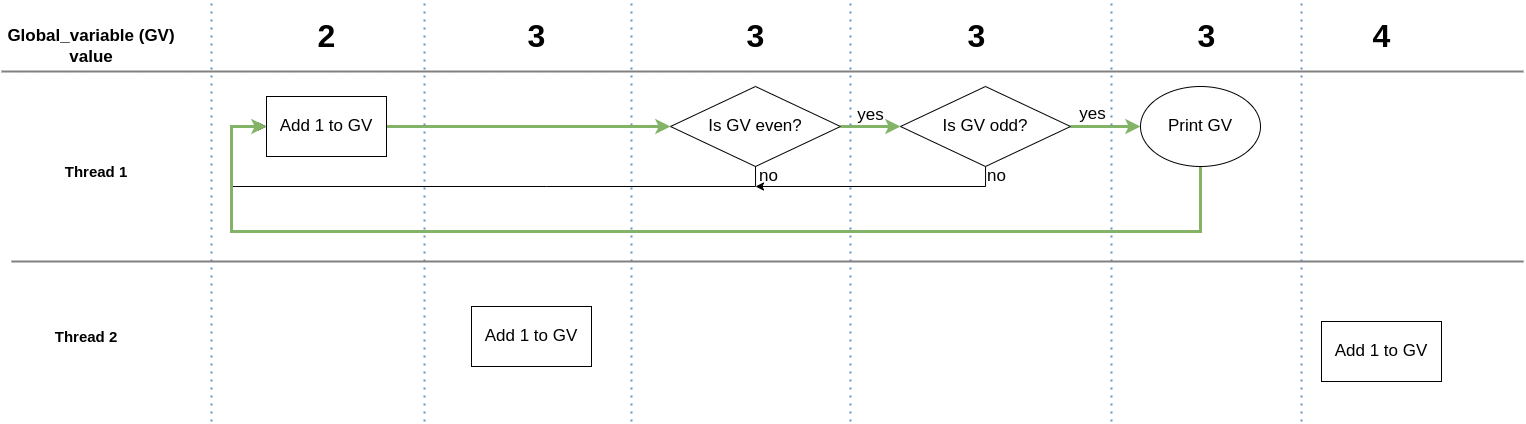
Above: Images/raceCondition.png in ConnorPerrin/Threads (draw.io), before the change. Source tidied: cells renumbered, new cells last; positions are measured from the earlier drawing's top-left corner, leaving out a move shared by most shapes. Its diagram source:
```xml
<mxGraphModel>
  <root>
    <mxCell id="0" />
    <mxCell id="1" parent="0" />
    <mxCell id="2" value="&lt;font style=&quot;font-size: 15px&quot;&gt;&lt;b&gt;Thread 1&lt;/b&gt;&lt;/font&gt;" style="text;html=1;strokeColor=none;fillColor=none;align=center;verticalAlign=middle;whiteSpace=wrap;rounded=0;" parent="1" vertex="1">
      <mxGeometry x="50" y="155" width="90" height="30" as="geometry" />
    </mxCell>
    <mxCell id="3" value="&lt;font style=&quot;font-size: 15px&quot;&gt;&lt;b&gt;Thread 2&lt;/b&gt;&lt;/font&gt;" style="text;html=1;strokeColor=none;fillColor=none;align=center;verticalAlign=middle;whiteSpace=wrap;rounded=0;" parent="1" vertex="1">
      <mxGeometry x="40" y="320" width="90" height="30" as="geometry" />
    </mxCell>
    <mxCell id="4" value="&lt;b&gt;&lt;font style=&quot;font-size: 17px&quot;&gt;Global_variable (GV) value&lt;/font&gt;&lt;/b&gt;" style="text;html=1;strokeColor=none;fillColor=none;align=center;verticalAlign=middle;whiteSpace=wrap;rounded=0;fontSize=15;" parent="1" vertex="1">
      <mxGeometry y="30" width="180" height="30" as="geometry" />
    </mxCell>
    <mxCell id="5" style="edgeStyle=orthogonalEdgeStyle;rounded=0;jettySize=auto;html=1;fontSize=17;fillColor=#d5e8d4;strokeColor=#82b366;strokeWidth=3;" parent="1" edge="1" source="6" target="9">
      <mxGeometry relative="1" as="geometry" />
    </mxCell>
    <mxCell id="6" value="Is GV even?" style="rhombus;whiteSpace=wrap;html=1;fontSize=17;" parent="1" vertex="1">
      <mxGeometry x="669" y="85" width="170" height="80" as="geometry" />
    </mxCell>
    <mxCell id="7" style="edgeStyle=orthogonalEdgeStyle;rounded=0;jettySize=auto;html=1;fontSize=17;" parent="1" edge="1" source="9">
      <mxGeometry relative="1" as="geometry">
        <mxPoint x="754" y="185" as="targetPoint" />
        <Array as="points">
          <mxPoint x="984" y="185" />
        </Array>
      </mxGeometry>
    </mxCell>
    <mxCell id="8" style="edgeStyle=orthogonalEdgeStyle;rounded=0;jettySize=auto;html=1;fontSize=17;strokeWidth=3;fillColor=#d5e8d4;strokeColor=#82b366;" parent="1" edge="1" source="9" target="15">
      <mxGeometry relative="1" as="geometry" />
    </mxCell>
    <mxCell id="9" value="Is GV odd?" style="rhombus;whiteSpace=wrap;html=1;fontSize=17;" parent="1" vertex="1">
      <mxGeometry x="899" y="85" width="170" height="80" as="geometry" />
    </mxCell>
    <mxCell id="10" value="yes" style="text;html=1;align=center;verticalAlign=middle;strokeColor=none;fillColor=none;fontSize=17;" parent="1" vertex="1">
      <mxGeometry x="849" y="99" width="40" height="30" as="geometry" />
    </mxCell>
    <mxCell id="11" style="edgeStyle=orthogonalEdgeStyle;rounded=0;jettySize=auto;html=1;fontSize=17;exitX=0.5;exitY=1;exitDx=0;exitDy=0;entryX=0;entryY=0.5;entryDx=0;entryDy=0;" parent="1" edge="1" source="6" target="19">
      <mxGeometry relative="1" as="geometry">
        <Array as="points">
          <mxPoint x="545" y="185" />
          <mxPoint x="230" y="185" />
          <mxPoint x="230" y="125" />
          <mxPoint x="265" y="125" />
        </Array>
      </mxGeometry>
    </mxCell>
    <mxCell id="12" value="no" style="text;html=1;align=center;verticalAlign=middle;strokeColor=none;fillColor=none;fontSize=17;" parent="1" vertex="1">
      <mxGeometry x="980" y="160" width="30" height="30" as="geometry" />
    </mxCell>
    <mxCell id="13" value="no" style="text;html=1;align=center;verticalAlign=middle;strokeColor=none;fillColor=none;fontSize=17;" parent="1" vertex="1">
      <mxGeometry x="752" y="160" width="30" height="30" as="geometry" />
    </mxCell>
    <mxCell id="14" style="edgeStyle=orthogonalEdgeStyle;rounded=0;jettySize=auto;html=1;fontSize=17;fillColor=#d5e8d4;strokeColor=#82b366;strokeWidth=3;entryX=0;entryY=0.5;entryDx=0;entryDy=0;exitX=0.5;exitY=1;exitDx=0;exitDy=0;" parent="1" edge="1" source="15" target="19">
      <mxGeometry relative="1" as="geometry">
        <Array as="points">
          <mxPoint x="1199" y="230" />
          <mxPoint x="230" y="230" />
          <mxPoint x="230" y="125" />
        </Array>
      </mxGeometry>
    </mxCell>
    <mxCell id="15" value="Print GV" style="ellipse;whiteSpace=wrap;html=1;fontSize=17;" parent="1" vertex="1">
      <mxGeometry x="1139" y="85" width="120" height="80" as="geometry" />
    </mxCell>
    <mxCell id="16" style="endArrow=none;dashed=1;html=1;dashPattern=1 3;strokeWidth=2;rounded=0;fontSize=17;fillColor=#dae8fc;strokeColor=#6c8ebf;" parent="1" edge="1">
      <mxGeometry relative="1" as="geometry">
        <mxPoint x="630" y="420" as="sourcePoint" />
        <mxPoint x="630" as="targetPoint" />
      </mxGeometry>
    </mxCell>
    <mxCell id="17" style="endArrow=none;dashed=1;html=1;dashPattern=1 3;strokeWidth=2;rounded=0;fontSize=17;fillColor=#dae8fc;strokeColor=#6c8ebf;" parent="1" edge="1">
      <mxGeometry relative="1" as="geometry">
        <mxPoint x="849" y="420" as="sourcePoint" />
        <mxPoint x="849" as="targetPoint" />
      </mxGeometry>
    </mxCell>
    <mxCell id="18" style="edgeStyle=orthogonalEdgeStyle;rounded=0;jettySize=auto;html=1;entryX=0;entryY=0.5;entryDx=0;entryDy=0;fontSize=17;fillColor=#d5e8d4;strokeColor=#82b366;strokeWidth=3;" parent="1" edge="1" source="19" target="6">
      <mxGeometry relative="1" as="geometry" />
    </mxCell>
    <mxCell id="19" value="Add 1 to GV" style="rounded=0;whiteSpace=wrap;html=1;fontSize=17;" parent="1" vertex="1">
      <mxGeometry x="265" y="95" width="120" height="60" as="geometry" />
    </mxCell>
    <mxCell id="20" style="endArrow=none;dashed=1;html=1;dashPattern=1 3;strokeWidth=2;rounded=0;fontSize=17;fillColor=#dae8fc;strokeColor=#6c8ebf;" parent="1" edge="1">
      <mxGeometry relative="1" as="geometry">
        <mxPoint x="423" y="420" as="sourcePoint" />
        <mxPoint x="423" as="targetPoint" />
      </mxGeometry>
    </mxCell>
    <mxCell id="21" value="Add 1 to GV" style="rounded=0;whiteSpace=wrap;html=1;fontSize=17;" parent="1" vertex="1">
      <mxGeometry x="470" y="305" width="120" height="60" as="geometry" />
    </mxCell>
    <mxCell id="22" style="endArrow=none;dashed=1;html=1;dashPattern=1 3;strokeWidth=2;rounded=0;fontSize=17;fillColor=#dae8fc;strokeColor=#6c8ebf;" parent="1" edge="1">
      <mxGeometry relative="1" as="geometry">
        <mxPoint x="210" y="420" as="sourcePoint" />
        <mxPoint x="210" as="targetPoint" />
      </mxGeometry>
    </mxCell>
    <mxCell id="23" value="Add 1 to GV" style="rounded=0;whiteSpace=wrap;html=1;fontSize=17;" parent="1" vertex="1">
      <mxGeometry x="1320" y="320" width="120" height="60" as="geometry" />
    </mxCell>
    <mxCell id="24" value="2" style="text;html=1;align=center;verticalAlign=middle;strokeColor=none;fillColor=none;fontSize=32;fontStyle=1;" parent="1" vertex="1">
      <mxGeometry x="310" y="15" width="30" height="40" as="geometry" />
    </mxCell>
    <mxCell id="25" value="3" style="text;html=1;align=center;verticalAlign=middle;strokeColor=none;fillColor=none;fontSize=32;fontStyle=1;" parent="1" vertex="1">
      <mxGeometry x="520" y="15" width="30" height="40" as="geometry" />
    </mxCell>
    <mxCell id="26" value="3" style="text;html=1;align=center;verticalAlign=middle;strokeColor=none;fillColor=none;fontSize=32;fontStyle=1;" parent="1" vertex="1">
      <mxGeometry x="739" y="15" width="30" height="40" as="geometry" />
    </mxCell>
    <mxCell id="27" style="endArrow=none;dashed=1;html=1;dashPattern=1 3;strokeWidth=2;rounded=0;fontSize=17;fillColor=#dae8fc;strokeColor=#6c8ebf;" parent="1" edge="1">
      <mxGeometry relative="1" as="geometry">
        <mxPoint x="1110" y="420" as="sourcePoint" />
        <mxPoint x="1110" as="targetPoint" />
      </mxGeometry>
    </mxCell>
    <mxCell id="28" value="3" style="text;html=1;align=center;verticalAlign=middle;strokeColor=none;fillColor=none;fontSize=32;fontStyle=1;" parent="1" vertex="1">
      <mxGeometry x="960" y="15" width="30" height="40" as="geometry" />
    </mxCell>
    <mxCell id="29" style="endArrow=none;html=1;strokeWidth=2;rounded=0;fontSize=32;fillColor=#f8cecc;strokeColor=#808080;" parent="1" edge="1">
      <mxGeometry relative="1" as="geometry">
        <mxPoint x="10" y="260" as="sourcePoint" />
        <mxPoint x="1522" y="260" as="targetPoint" />
      </mxGeometry>
    </mxCell>
    <mxCell id="30" style="endArrow=none;html=1;strokeWidth=2;rounded=0;fontSize=32;fillColor=#f8cecc;strokeColor=#808080;" parent="1" edge="1">
      <mxGeometry relative="1" as="geometry">
        <mxPoint y="70" as="sourcePoint" />
        <mxPoint x="1522" y="70" as="targetPoint" />
      </mxGeometry>
    </mxCell>
    <mxCell id="31" value="yes" style="text;html=1;align=center;verticalAlign=middle;strokeColor=none;fillColor=none;fontSize=17;" parent="1" vertex="1">
      <mxGeometry x="1071" y="98" width="40" height="30" as="geometry" />
    </mxCell>
    <mxCell id="32" value="3" style="text;html=1;align=center;verticalAlign=middle;strokeColor=none;fillColor=none;fontSize=32;fontStyle=1;" parent="1" vertex="1">
      <mxGeometry x="1190" y="15" width="30" height="40" as="geometry" />
    </mxCell>
    <mxCell id="33" value="4" style="text;html=1;align=center;verticalAlign=middle;strokeColor=none;fillColor=none;fontSize=32;fontStyle=1;" parent="1" vertex="1">
      <mxGeometry x="1365" y="15" width="30" height="40" as="geometry" />
    </mxCell>
    <mxCell id="34" style="endArrow=none;dashed=1;html=1;dashPattern=1 3;strokeWidth=2;rounded=0;fontSize=17;fillColor=#dae8fc;strokeColor=#6c8ebf;" parent="1" edge="1">
      <mxGeometry relative="1" as="geometry">
        <mxPoint x="1300" y="420" as="sourcePoint" />
        <mxPoint x="1300" as="targetPoint" />
      </mxGeometry>
    </mxCell>
  </root>
</mxGraphModel>
```
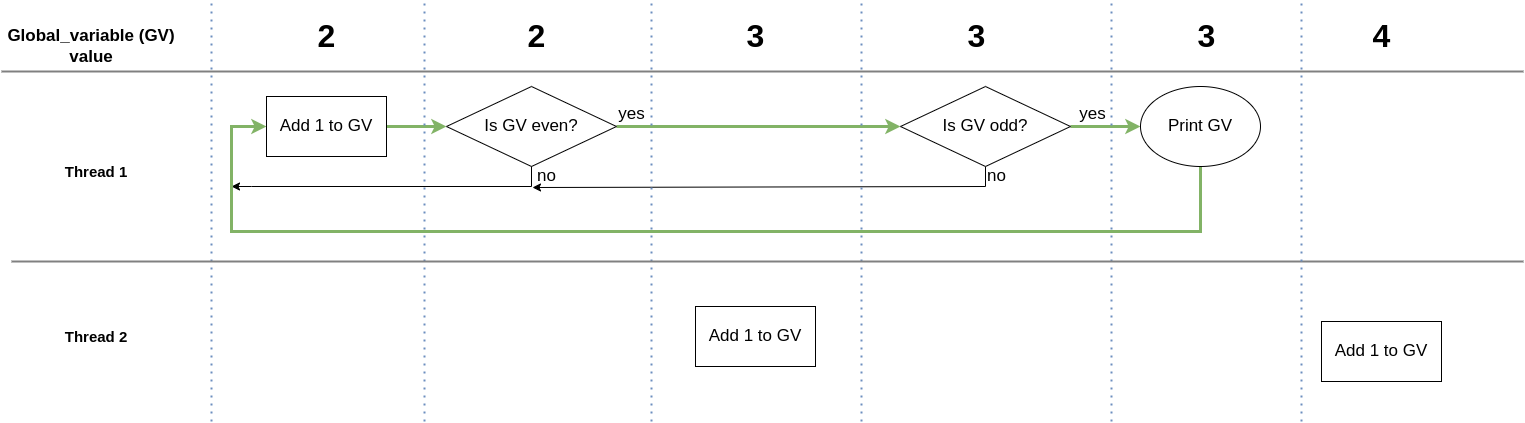
After the change.

Commit message:
Corrected race condition image

What changed in the source:
```diff
@@ -6,7 +6,7 @@
       <mxGeometry x="50" y="155" width="90" height="30" as="geometry" />
     </mxCell>
     <mxCell id="3" value="&lt;font style=&quot;font-size: 15px&quot;&gt;&lt;b&gt;Thread 2&lt;/b&gt;&lt;/font&gt;" style="text;html=1;strokeColor=none;fillColor=none;align=center;verticalAlign=middle;whiteSpace=wrap;rounded=0;" parent="1" vertex="1">
-      <mxGeometry x="40" y="320" width="90" height="30" as="geometry" />
+      <mxGeometry x="50" y="320" width="90" height="30" as="geometry" />
     </mxCell>
     <mxCell id="4" value="&lt;b&gt;&lt;font style=&quot;font-size: 17px&quot;&gt;Global_variable (GV) value&lt;/font&gt;&lt;/b&gt;" style="text;html=1;strokeColor=none;fillColor=none;align=center;verticalAlign=middle;whiteSpace=wrap;rounded=0;fontSize=15;" parent="1" vertex="1">
       <mxGeometry y="30" width="180" height="30" as="geometry" />
@@ -15,11 +15,11 @@
       <mxGeometry relative="1" as="geometry" />
     </mxCell>
     <mxCell id="6" value="Is GV even?" style="rhombus;whiteSpace=wrap;html=1;fontSize=17;" parent="1" vertex="1">
-      <mxGeometry x="669" y="85" width="170" height="80" as="geometry" />
+      <mxGeometry x="445" y="85" width="170" height="80" as="geometry" />
     </mxCell>
     <mxCell id="7" style="edgeStyle=orthogonalEdgeStyle;rounded=0;jettySize=auto;html=1;fontSize=17;" parent="1" edge="1" source="9">
       <mxGeometry relative="1" as="geometry">
-        <mxPoint x="754" y="185" as="targetPoint" />
+        <mxPoint x="531" y="186" as="targetPoint" />
         <Array as="points">
           <mxPoint x="984" y="185" />
         </Array>
@@ -32,15 +32,14 @@
       <mxGeometry x="899" y="85" width="170" height="80" as="geometry" />
     </mxCell>
     <mxCell id="10" value="yes" style="text;html=1;align=center;verticalAlign=middle;strokeColor=none;fillColor=none;fontSize=17;" parent="1" vertex="1">
-      <mxGeometry x="849" y="99" width="40" height="30" as="geometry" />
+      <mxGeometry x="610" y="98" width="40" height="30" as="geometry" />
     </mxCell>
-    <mxCell id="11" style="edgeStyle=orthogonalEdgeStyle;rounded=0;jettySize=auto;html=1;fontSize=17;exitX=0.5;exitY=1;exitDx=0;exitDy=0;entryX=0;entryY=0.5;entryDx=0;entryDy=0;" parent="1" edge="1" source="6" target="19">
+    <mxCell id="11" style="edgeStyle=orthogonalEdgeStyle;rounded=0;jettySize=auto;html=1;fontSize=17;exitX=0.5;exitY=1;exitDx=0;exitDy=0;" parent="1" edge="1" source="6">
       <mxGeometry relative="1" as="geometry">
+        <mxPoint x="230" y="185" as="targetPoint" />
         <Array as="points">
-          <mxPoint x="545" y="185" />
-          <mxPoint x="230" y="185" />
-          <mxPoint x="230" y="125" />
-          <mxPoint x="265" y="125" />
+          <mxPoint x="530" y="185" />
+          <mxPoint x="250" y="185" />
         </Array>
       </mxGeometry>
     </mxCell>
@@ -48,7 +47,7 @@
       <mxGeometry x="980" y="160" width="30" height="30" as="geometry" />
     </mxCell>
     <mxCell id="13" value="no" style="text;html=1;align=center;verticalAlign=middle;strokeColor=none;fillColor=none;fontSize=17;" parent="1" vertex="1">
-      <mxGeometry x="752" y="160" width="30" height="30" as="geometry" />
+      <mxGeometry x="530" y="160" width="30" height="30" as="geometry" />
     </mxCell>
     <mxCell id="14" style="edgeStyle=orthogonalEdgeStyle;rounded=0;jettySize=auto;html=1;fontSize=17;fillColor=#d5e8d4;strokeColor=#82b366;strokeWidth=3;entryX=0;entryY=0.5;entryDx=0;entryDy=0;exitX=0.5;exitY=1;exitDx=0;exitDy=0;" parent="1" edge="1" source="15" target="19">
       <mxGeometry relative="1" as="geometry">
@@ -64,14 +63,14 @@
     </mxCell>
     <mxCell id="16" style="endArrow=none;dashed=1;html=1;dashPattern=1 3;strokeWidth=2;rounded=0;fontSize=17;fillColor=#dae8fc;strokeColor=#6c8ebf;" parent="1" edge="1">
       <mxGeometry relative="1" as="geometry">
-        <mxPoint x="630" y="420" as="sourcePoint" />
-        <mxPoint x="630" as="targetPoint" />
+        <mxPoint x="650" y="420" as="sourcePoint" />
+        <mxPoint x="650" as="targetPoint" />
       </mxGeometry>
     </mxCell>
     <mxCell id="17" style="endArrow=none;dashed=1;html=1;dashPattern=1 3;strokeWidth=2;rounded=0;fontSize=17;fillColor=#dae8fc;strokeColor=#6c8ebf;" parent="1" edge="1">
       <mxGeometry relative="1" as="geometry">
-        <mxPoint x="849" y="420" as="sourcePoint" />
-        <mxPoint x="849" as="targetPoint" />
+        <mxPoint x="860" y="420" as="sourcePoint" />
+        <mxPoint x="860" as="targetPoint" />
       </mxGeometry>
     </mxCell>
     <mxCell id="18" style="edgeStyle=orthogonalEdgeStyle;rounded=0;jettySize=auto;html=1;entryX=0;entryY=0.5;entryDx=0;entryDy=0;fontSize=17;fillColor=#d5e8d4;strokeColor=#82b366;strokeWidth=3;" parent="1" edge="1" source="19" target="6">
@@ -87,7 +86,7 @@
       </mxGeometry>
     </mxCell>
     <mxCell id="21" value="Add 1 to GV" style="rounded=0;whiteSpace=wrap;html=1;fontSize=17;" parent="1" vertex="1">
-      <mxGeometry x="470" y="305" width="120" height="60" as="geometry" />
+      <mxGeometry x="694" y="305" width="120" height="60" as="geometry" />
     </mxCell>
     <mxCell id="22" style="endArrow=none;dashed=1;html=1;dashPattern=1 3;strokeWidth=2;rounded=0;fontSize=17;fillColor=#dae8fc;strokeColor=#6c8ebf;" parent="1" edge="1">
       <mxGeometry relative="1" as="geometry">
@@ -101,7 +100,7 @@
     <mxCell id="24" value="2" style="text;html=1;align=center;verticalAlign=middle;strokeColor=none;fillColor=none;fontSize=32;fontStyle=1;" parent="1" vertex="1">
       <mxGeometry x="310" y="15" width="30" height="40" as="geometry" />
     </mxCell>
-    <mxCell id="25" value="3" style="text;html=1;align=center;verticalAlign=middle;strokeColor=none;fillColor=none;fontSize=32;fontStyle=1;" parent="1" vertex="1">
+    <mxCell id="25" value="2" style="text;html=1;align=center;verticalAlign=middle;strokeColor=none;fillColor=none;fontSize=32;fontStyle=1;" parent="1" vertex="1">
       <mxGeometry x="520" y="15" width="30" height="40" as="geometry" />
     </mxCell>
     <mxCell id="26" value="3" style="text;html=1;align=center;verticalAlign=middle;strokeColor=none;fillColor=none;fontSize=32;fontStyle=1;" parent="1" vertex="1">
```
